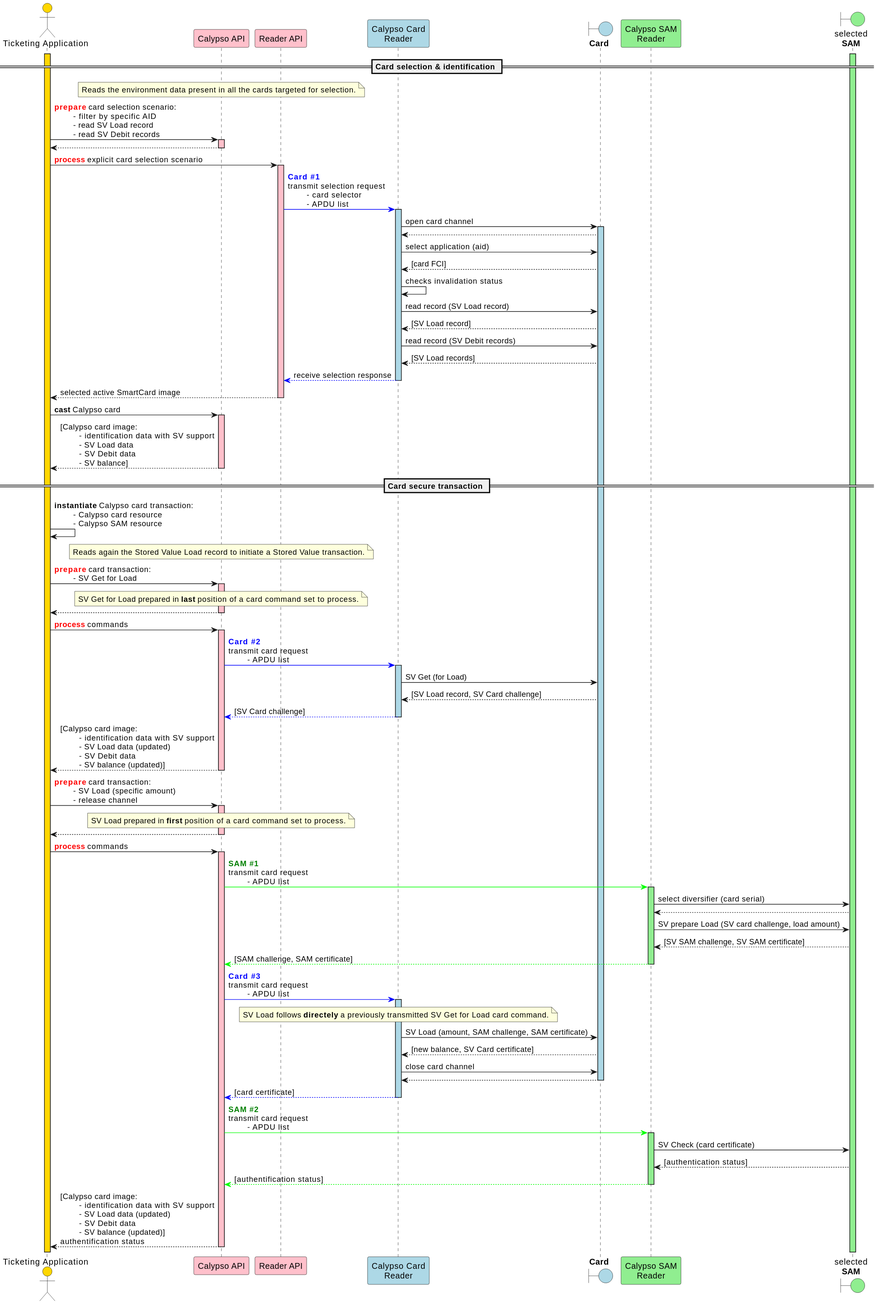
The PlantUML diagram static/media/apis/calypso_transaction_standalone_SV_operation_sequence_diagram.svg in calypsonet/calypsonet-terminal-api-website, before a commit.
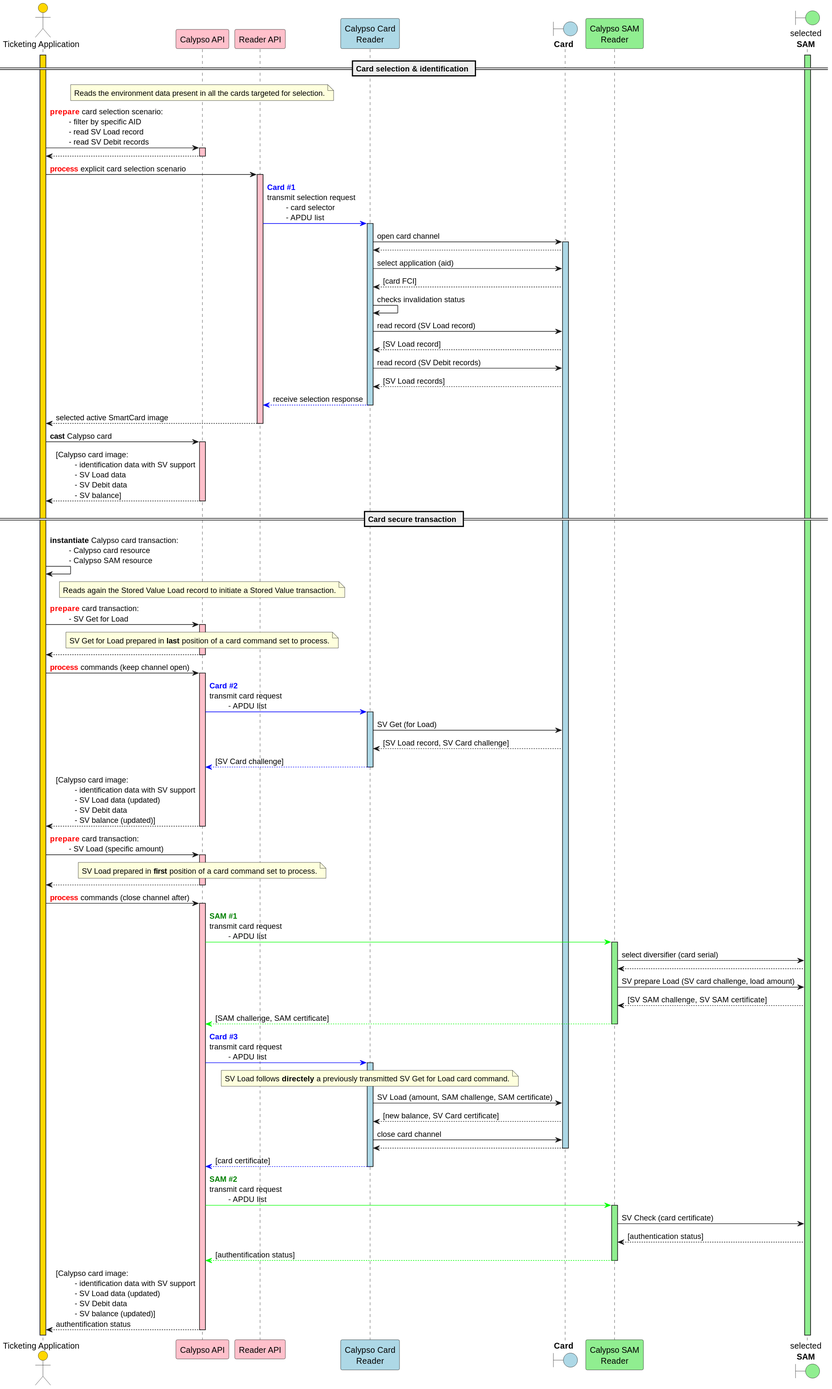
Above is the later version.

What changed in the source:
```diff
@@ -1,5 +1,4 @@
 @startuml
-
 skinparam ClassBorderColor #D4AC0D
 skinparam stereotypeABorderColor #A9DCDF
 skinparam stereotypeIBorderColor #B4A7E5
@@ -98,7 +97,7 @@
 capi-->app
 deactivate capi
 
-app->capi: <font color=red>**process**</font> commands
+app->capi: <font color=red>**process**</font> commands (keep channel open)
 activate capi  #pink
 
 capi-[#0000FF]>cardReader: <font color=blue>**Card #2**</font>\ntransmit card request\n\t- APDU list
@@ -113,7 +112,7 @@
 capi-->app: [Calypso card image:\n\t- identification data with SV support\n\t- SV Load data (updated)\n\t- SV Debit data\n\t- SV balance (updated)]
 deactivate capi
 
-app->capi: <font color=red>**prepare**</font> card transaction:\n\t- SV Load (specific amount)\n\t- release channel
+app->capi: <font color=red>**prepare**</font> card transaction:\n\t- SV Load (specific amount)
 activate capi  #pink
 note over capi
     SV Load prepared in **first** position of a card command set to process.
@@ -121,7 +120,7 @@
 capi-->app
 deactivate capi
 
-app->capi: <font color=red>**process**</font> commands
+app->capi: <font color=red>**process**</font> commands (close channel after)
 activate capi  #pink
 
 capi-[#00FF00]>samReader: <font color=green>**SAM #1**</font>\ntransmit card request\n\t- APDU list
```
